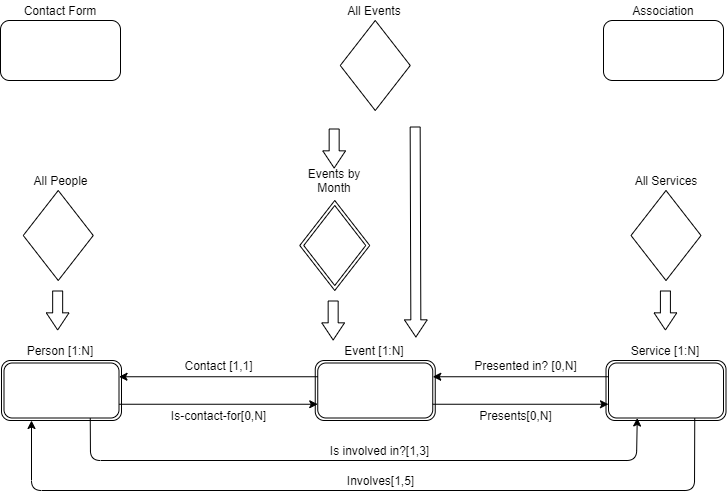
This is Design-Document/assets/C-IDM.png from alepas/hypermidia-project, a draw.io export, as it was before one commit. Source tidied: cells renumbered, new cells last; positions are measured from the earlier drawing's top-left corner, leaving out a move shared by most shapes.
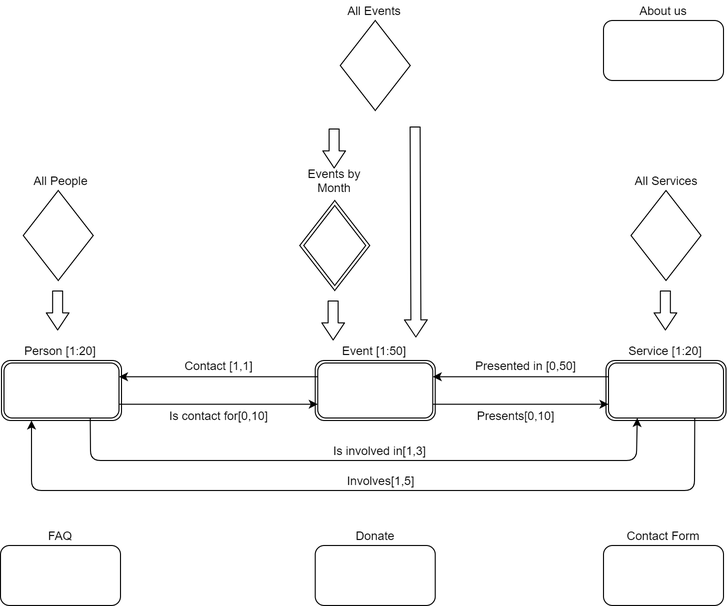
Above is the later version.

Diff of the diagram source:
```diff
@@ -3,15 +3,15 @@
     <mxCell id="0" />
     <mxCell id="1" parent="0" />
     <mxCell id="2" style="rounded=1;whiteSpace=wrap;html=1;" parent="1" vertex="1">
-      <mxGeometry y="20" width="120" height="60" as="geometry" />
+      <mxGeometry x="603" y="545" width="120" height="60" as="geometry" />
     </mxCell>
     <mxCell id="3" value="Contact Form" style="text;html=1;strokeColor=none;fillColor=none;align=center;verticalAlign=middle;whiteSpace=wrap;rounded=0;" parent="1" vertex="1">
-      <mxGeometry width="120" height="20" as="geometry" />
+      <mxGeometry x="603" y="525" width="120" height="20" as="geometry" />
     </mxCell>
     <mxCell id="4" style="rounded=1;whiteSpace=wrap;html=1;" parent="1" vertex="1">
       <mxGeometry x="603" y="20" width="120" height="60" as="geometry" />
     </mxCell>
-    <mxCell id="5" value="Association" style="text;html=1;strokeColor=none;fillColor=none;align=center;verticalAlign=middle;whiteSpace=wrap;rounded=0;" parent="1" vertex="1">
+    <mxCell id="5" value="About us" style="text;html=1;strokeColor=none;fillColor=none;align=center;verticalAlign=middle;whiteSpace=wrap;rounded=0;" parent="1" vertex="1">
       <mxGeometry x="603" width="120" height="20" as="geometry" />
     </mxCell>
     <mxCell id="6" style="rhombus;whiteSpace=wrap;html=1;" parent="1" vertex="1">
@@ -35,7 +35,7 @@
     <mxCell id="12" style="rounded=1;whiteSpace=wrap;html=1;" parent="1" vertex="1">
       <mxGeometry x="314.8" y="360" width="120" height="60" as="geometry" />
     </mxCell>
-    <mxCell id="13" value="Event [1:N]" style="text;html=1;strokeColor=none;fillColor=none;align=center;verticalAlign=middle;whiteSpace=wrap;rounded=0;" parent="1" vertex="1">
+    <mxCell id="13" value="Event [1:50]" style="text;html=1;strokeColor=none;fillColor=none;align=center;verticalAlign=middle;whiteSpace=wrap;rounded=0;" parent="1" vertex="1">
       <mxGeometry x="313.8" y="340" width="120" height="20" as="geometry" />
     </mxCell>
     <mxCell id="14" style="rounded=1;whiteSpace=wrap;html=1;" parent="1" vertex="1">
@@ -52,7 +52,7 @@
     <mxCell id="17" style="rounded=1;whiteSpace=wrap;html=1;" parent="1" vertex="1">
       <mxGeometry x="1" y="360" width="120" height="60" as="geometry" />
     </mxCell>
-    <mxCell id="18" value="Person [1:N]" style="text;html=1;strokeColor=none;fillColor=none;align=center;verticalAlign=middle;whiteSpace=wrap;rounded=0;" parent="1" vertex="1">
+    <mxCell id="18" value="Person [1:20]" style="text;html=1;strokeColor=none;fillColor=none;align=center;verticalAlign=middle;whiteSpace=wrap;rounded=0;" parent="1" vertex="1">
       <mxGeometry y="340" width="120" height="20" as="geometry" />
     </mxCell>
     <mxCell id="19" style="rounded=1;whiteSpace=wrap;html=1;" parent="1" vertex="1">
@@ -64,13 +64,13 @@
     <mxCell id="21" style="endArrow=classic;html=1;exitX=1;exitY=0.75;exitDx=0;exitDy=0;entryX=0;entryY=0.75;entryDx=0;entryDy=0;" parent="1" edge="1" source="19" target="14">
       <mxGeometry relative="1" as="geometry" />
     </mxCell>
-    <mxCell id="22" value="Is-contact-for[0,N]" style="text;html=1;align=center;verticalAlign=middle;" parent="1" vertex="1">
+    <mxCell id="22" value="Is contact for[0,10]" style="text;html=1;align=center;verticalAlign=middle;" parent="1" vertex="1">
       <mxGeometry x="162.8" y="405" width="110" height="20" as="geometry" />
     </mxCell>
     <mxCell id="23" style="rounded=1;whiteSpace=wrap;html=1;" parent="1" vertex="1">
       <mxGeometry x="605.5" y="360" width="120" height="60" as="geometry" />
     </mxCell>
-    <mxCell id="24" value="Service [1:N]" style="text;html=1;strokeColor=none;fillColor=none;align=center;verticalAlign=middle;whiteSpace=wrap;rounded=0;" parent="1" vertex="1">
+    <mxCell id="24" value="Service [1:20]" style="text;html=1;strokeColor=none;fillColor=none;align=center;verticalAlign=middle;whiteSpace=wrap;rounded=0;" parent="1" vertex="1">
       <mxGeometry x="604.5" y="340" width="120" height="20" as="geometry" />
     </mxCell>
     <mxCell id="25" style="rounded=1;whiteSpace=wrap;html=1;" parent="1" vertex="1">
@@ -79,13 +79,13 @@
     <mxCell id="26" style="endArrow=classic;html=1;exitX=1;exitY=0.75;exitDx=0;exitDy=0;entryX=0;entryY=0.75;entryDx=0;entryDy=0;" parent="1" edge="1" source="14" target="25">
       <mxGeometry relative="1" as="geometry" />
     </mxCell>
-    <mxCell id="27" value="Presents[0,N]" style="text;html=1;align=center;verticalAlign=middle;" parent="1" vertex="1">
+    <mxCell id="27" value="Presents[0,10]" style="text;html=1;align=center;verticalAlign=middle;" parent="1" vertex="1">
       <mxGeometry x="470" y="405" width="90" height="20" as="geometry" />
     </mxCell>
     <mxCell id="28" style="endArrow=classic;html=1;exitX=0;exitY=0.25;exitDx=0;exitDy=0;entryX=1;entryY=0.25;entryDx=0;entryDy=0;" parent="1" edge="1" source="25" target="14">
       <mxGeometry relative="1" as="geometry" />
     </mxCell>
-    <mxCell id="29" value="Presented in? [0,N]" style="text;html=1;align=center;verticalAlign=middle;" parent="1" vertex="1">
+    <mxCell id="29" value="Presented in [0,50]" style="text;html=1;align=center;verticalAlign=middle;" parent="1" vertex="1">
       <mxGeometry x="465" y="355" width="120" height="20" as="geometry" />
     </mxCell>
     <mxCell id="30" style="shape=flexArrow;endArrow=classic;html=1;endWidth=11.764705882352942;endSize=5.3882352941176475;" parent="1" edge="1">
@@ -108,7 +108,7 @@
         </Array>
       </mxGeometry>
     </mxCell>
-    <mxCell id="33" value="Is involved in?[1,3]" style="text;html=1;align=center;verticalAlign=middle;" parent="1" vertex="1">
+    <mxCell id="33" value="Is involved in[1,3]" style="text;html=1;align=center;verticalAlign=middle;" parent="1" vertex="1">
       <mxGeometry x="323.8" y="440" width="110" height="20" as="geometry" />
     </mxCell>
     <mxCell id="34" style="endArrow=classic;html=1;entryX=0.25;entryY=1;entryDx=0;entryDy=0;exitX=0.75;exitY=1;exitDx=0;exitDy=0;" parent="1" edge="1" source="25" target="17">
@@ -143,5 +143,17 @@
         <mxPoint x="332.7" y="340" as="targetPoint" />
       </mxGeometry>
     </mxCell>
+    <mxCell id="41" style="rounded=1;whiteSpace=wrap;html=1;" parent="1" vertex="1">
+      <mxGeometry x="314.8" y="545" width="120" height="60" as="geometry" />
+    </mxCell>
+    <mxCell id="42" value="Donate" style="text;html=1;strokeColor=none;fillColor=none;align=center;verticalAlign=middle;whiteSpace=wrap;rounded=0;" parent="1" vertex="1">
+      <mxGeometry x="314.8" y="525" width="120" height="20" as="geometry" />
+    </mxCell>
+    <mxCell id="43" style="rounded=1;whiteSpace=wrap;html=1;" parent="1" vertex="1">
+      <mxGeometry y="545" width="120" height="60" as="geometry" />
+    </mxCell>
+    <mxCell id="44" value="FAQ" style="text;html=1;strokeColor=none;fillColor=none;align=center;verticalAlign=middle;whiteSpace=wrap;rounded=0;" parent="1" vertex="1">
+      <mxGeometry y="525" width="120" height="20" as="geometry" />
+    </mxCell>
   </root>
 </mxGraphModel>
```
